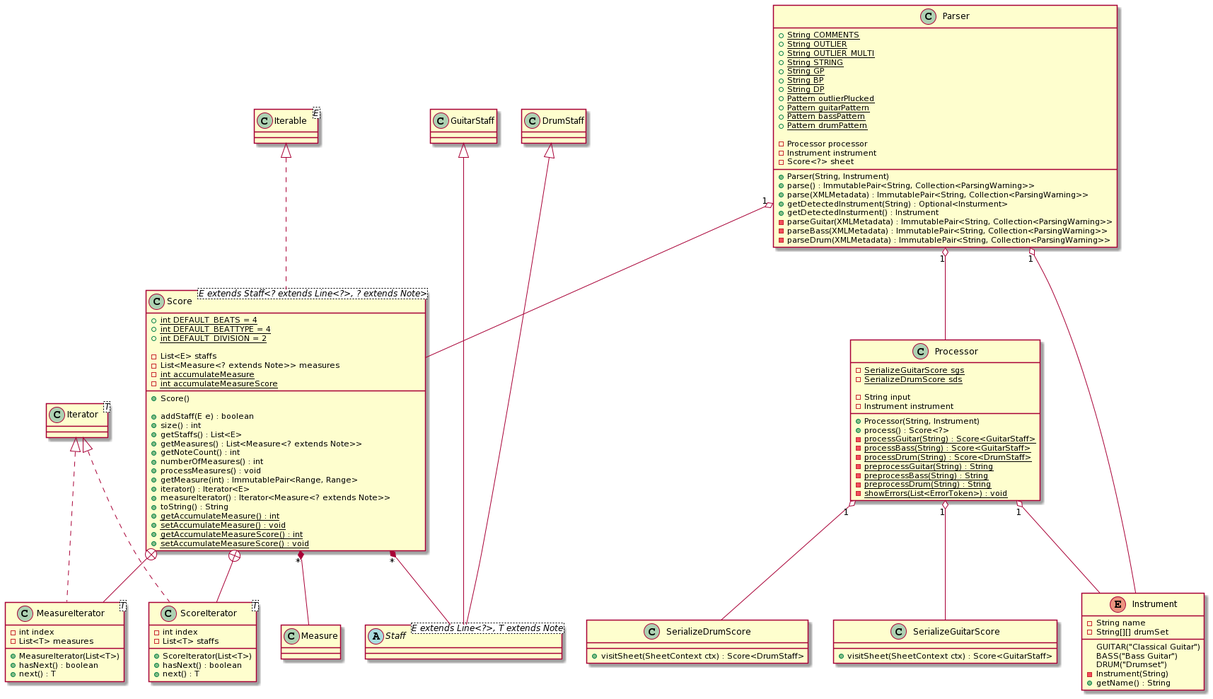
The PlantUML diagram Documentation/Diagrams/backend-parser-class-diagram.png in ahopk127/eecs2311-tab2xml, before a commit.
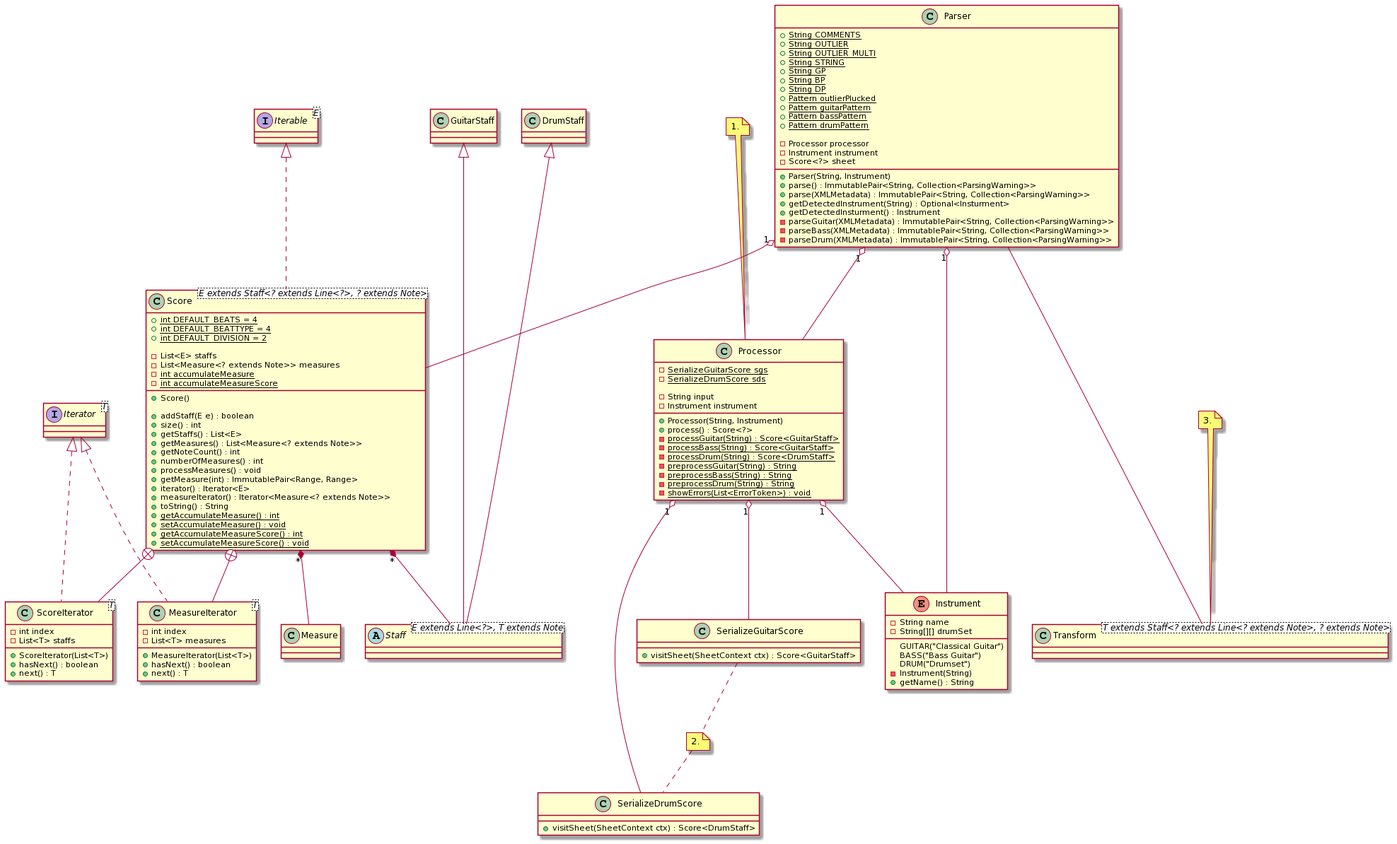
Later version of the same file.

What changed in the source:
```diff
@@ -77,9 +77,9 @@
   +next() : T
 }
 
-class Iterator<T> {}
+interface Iterator<T> {}
 
-class Iterable<E> {}
+interface Iterable<E> {}
 
 abstract class Staff<E extends Line<?>, T extends Note> {}
 
@@ -109,6 +109,9 @@
   +visitSheet(SheetContext ctx) : Score<DrumStaff>
 }
 
+class Transform<T extends Staff<? extends Line<? extends Note>, ? extends Note>> {
+}
+
 enum Instrument {
   GUITAR("Classical Guitar")
   BASS("Bass Guitar")
@@ -121,12 +124,19 @@
   +getName() : String
 }
 
+note top of Processor : 1.
+note "2." as N2
+SerializeGuitarScore .. N2
+N2 .. SerializeDrumScore
+note top of Transform : 3.
+
 Parser "1" o-- Processor
 Processor "1" o-- SerializeGuitarScore
 Processor "1" o-- SerializeDrumScore
 Processor "1" o-- Instrument
 Parser "1" o-- Instrument
 Parser "1" o-- Score
+Parser --- Transform
 Score +-- ScoreIterator
 Score +-- MeasureIterator
 Score "*" *-- Measure
```
